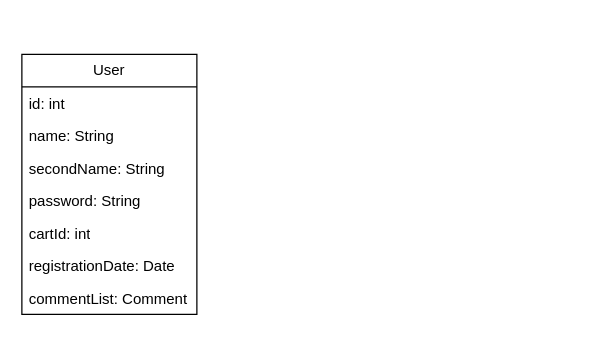
Before: Диаграмма без названия.drawio in RimKhai/UML, a draw.io diagram. Source tidied: cells renumbered, new cells numbered last; positions are measured from the earlier drawing's top-left corner, leaving out a move shared by most shapes. Both pictures are drawn from the tidied source at 125%, with x=0, y=0 at pixel (21, 54).
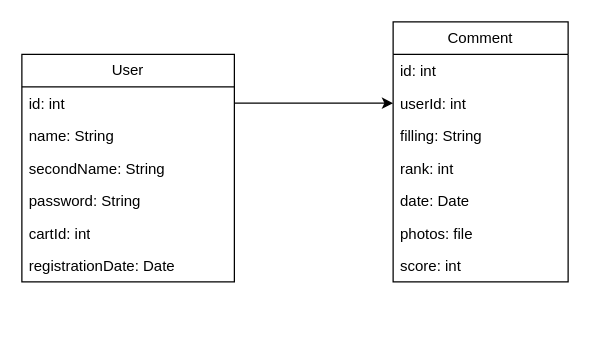
The same page after the edit.

What changed in the source:
```diff
@@
 <mxGraphModel>
   <root>
     <mxCell id="0" />
     <mxCell id="1" parent="0" />
     <mxCell id="2" value="User" style="swimlane;fontStyle=0;horizontal=1;startSize=26;fillColor=none;whiteSpace=wrap;html=1;" parent="1" vertex="1">
-      <mxGeometry width="140" height="208" as="geometry" />
+      <mxGeometry width="170" height="182" as="geometry" />
     </mxCell>
     <mxCell id="3" value="id: int" style="text;strokeColor=none;fillColor=none;align=left;verticalAlign=top;spacingLeft=4;spacingRight=4;overflow=hidden;points=[[0,0.5],[1,0.5]];portConstraint=eastwest;whiteSpace=wrap;html=1;" parent="2" vertex="1">
-      <mxGeometry y="26" width="140" height="26" as="geometry" />
+      <mxGeometry y="26" width="170" height="26" as="geometry" />
     </mxCell>
     <mxCell id="4" value="name: String" style="text;strokeColor=none;fillColor=none;align=left;verticalAlign=top;spacingLeft=4;spacingRight=4;overflow=hidden;whiteSpace=wrap;html=1;" parent="2" vertex="1">
-      <mxGeometry y="52" width="140" height="26" as="geometry" />
+      <mxGeometry y="52" width="170" height="26" as="geometry" />
     </mxCell>
     <mxCell id="5" value="secondName: String" style="text;strokeColor=none;fillColor=none;align=left;verticalAlign=top;spacingLeft=4;spacingRight=4;overflow=hidden;whiteSpace=wrap;html=1;" parent="2" vertex="1">
-      <mxGeometry y="78" width="140" height="26" as="geometry" />
+      <mxGeometry y="78" width="170" height="26" as="geometry" />
     </mxCell>
     <mxCell id="6" value="password: String" style="text;strokeColor=none;fillColor=none;align=left;verticalAlign=top;spacingLeft=4;spacingRight=4;overflow=hidden;whiteSpace=wrap;html=1;" parent="2" vertex="1">
-      <mxGeometry y="104" width="140" height="26" as="geometry" />
+      <mxGeometry y="104" width="170" height="26" as="geometry" />
     </mxCell>
     <mxCell id="7" value="cartId: int" style="text;strokeColor=none;fillColor=none;align=left;verticalAlign=top;spacingLeft=4;spacingRight=4;overflow=hidden;whiteSpace=wrap;html=1;" parent="2" vertex="1">
-      <mxGeometry y="130" width="140" height="26" as="geometry" />
+      <mxGeometry y="130" width="170" height="26" as="geometry" />
     </mxCell>
     <mxCell id="8" value="registrationDate: Date" style="text;strokeColor=none;fillColor=none;align=left;verticalAlign=top;spacingLeft=4;spacingRight=4;overflow=hidden;whiteSpace=wrap;html=1;" parent="2" vertex="1">
-      <mxGeometry y="156" width="140" height="26" as="geometry" />
+      <mxGeometry y="156" width="170" height="26" as="geometry" />
     </mxCell>
-    <mxCell id="9" value="commentList: Comment" style="text;strokeColor=none;fillColor=none;align=left;verticalAlign=top;spacingLeft=4;spacingRight=4;overflow=hidden;whiteSpace=wrap;html=1;" parent="2" vertex="1">
-      <mxGeometry y="182" width="140" height="26" as="geometry" />
-    </mxCell>
+    <mxCell id="10" value="Comment" style="swimlane;fontStyle=0;horizontal=1;startSize=26;fillColor=none;whiteSpace=wrap;html=1;" parent="1" vertex="1">
+      <mxGeometry x="297" y="-26" width="140" height="208" as="geometry" />
+    </mxCell>
+    <mxCell id="11" value="id: int" style="text;strokeColor=none;fillColor=none;align=left;verticalAlign=top;spacingLeft=4;spacingRight=4;overflow=hidden;whiteSpace=wrap;html=1;" parent="10" vertex="1">
+      <mxGeometry y="26" width="140" height="26" as="geometry" />
+    </mxCell>
+    <mxCell id="12" value="userId: int" style="text;strokeColor=none;fillColor=none;align=left;verticalAlign=top;spacingLeft=4;spacingRight=4;overflow=hidden;points=[[0,0.5],[1,0.5]];portConstraint=eastwest;whiteSpace=wrap;html=1;" parent="10" vertex="1">
+      <mxGeometry y="52" width="140" height="26" as="geometry" />
+    </mxCell>
+    <mxCell id="13" value="filling: String" style="text;strokeColor=none;fillColor=none;align=left;verticalAlign=top;spacingLeft=4;spacingRight=4;overflow=hidden;whiteSpace=wrap;html=1;" parent="10" vertex="1">
+      <mxGeometry y="78" width="140" height="26" as="geometry" />
+    </mxCell>
+    <mxCell id="14" value="rank: int" style="text;strokeColor=none;fillColor=none;align=left;verticalAlign=top;spacingLeft=4;spacingRight=4;overflow=hidden;whiteSpace=wrap;html=1;" parent="10" vertex="1">
+      <mxGeometry y="104" width="140" height="26" as="geometry" />
+    </mxCell>
+    <mxCell id="15" value="date: Date" style="text;strokeColor=none;fillColor=none;align=left;verticalAlign=top;spacingLeft=4;spacingRight=4;overflow=hidden;whiteSpace=wrap;html=1;" parent="10" vertex="1">
+      <mxGeometry y="130" width="140" height="26" as="geometry" />
+    </mxCell>
+    <mxCell id="16" value="photos: file" style="text;strokeColor=none;fillColor=none;align=left;verticalAlign=top;spacingLeft=4;spacingRight=4;overflow=hidden;whiteSpace=wrap;html=1;" parent="10" vertex="1">
+      <mxGeometry y="156" width="140" height="26" as="geometry" />
+    </mxCell>
+    <mxCell id="17" value="score: int" style="text;strokeColor=none;fillColor=none;align=left;verticalAlign=top;spacingLeft=4;spacingRight=4;overflow=hidden;whiteSpace=wrap;html=1;" parent="10" vertex="1">
+      <mxGeometry y="182" width="140" height="26" as="geometry" />
+    </mxCell>
+    <mxCell id="18" style="edgeStyle=orthogonalEdgeStyle;rounded=0;jettySize=auto;html=1;entryX=0;entryY=0.5;entryDx=0;entryDy=0;" parent="1" edge="1" source="3" target="12">
+      <mxGeometry relative="1" as="geometry" />
+    </mxCell>
   </root>
 </mxGraphModel>
```
